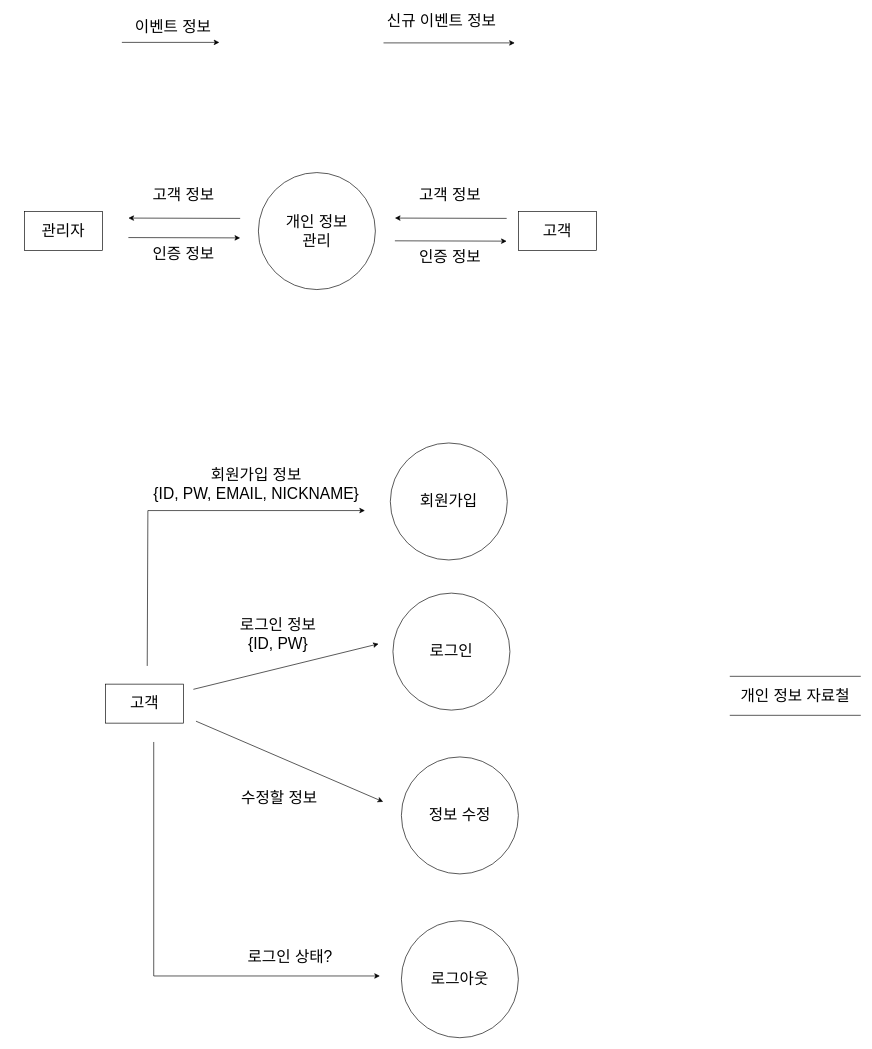
Above: page "구연" (5 of 5) of DFD_ddoshop.drawio in groupStupid/ddo_shop (draw.io), before the change. Source tidied: cells renumbered, new cells numbered last; positions are measured from the earlier drawing's top-left corner, leaving out a move shared by most shapes. Both pictures are drawn from the tidied source at 65%, with x=0, y=0 at pixel (24, 11).
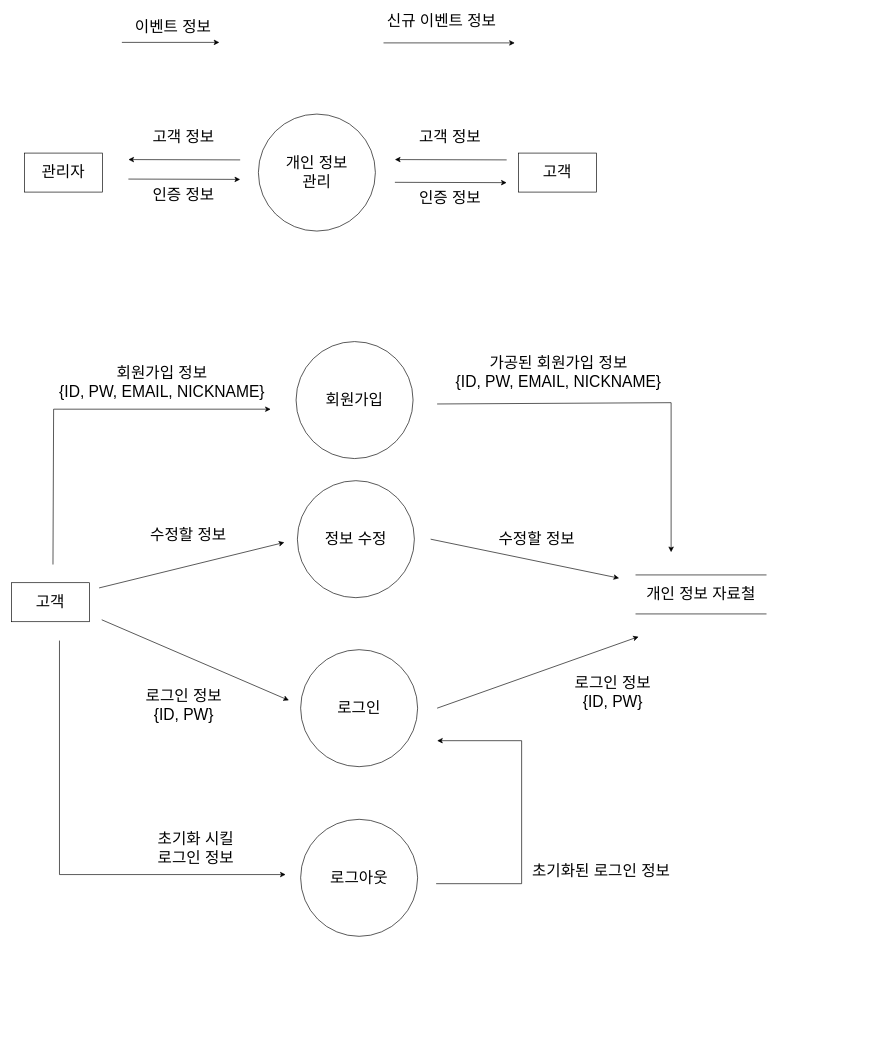
Above is the later version.

What changed in the source:
```diff
@@
     <mxCell id="2" value="개인 정보&lt;br&gt;관리" style="ellipse;whiteSpace=wrap;html=1;fontSize=24;fontStyle=0;" parent="1" vertex="1">
-      <mxGeometry x="360" y="248" width="180" height="180" as="geometry" />
+      <mxGeometry x="360" y="158" width="180" height="180" as="geometry" />
     </mxCell>
@@
     <mxCell id="6" value="관리자" style="rounded=0;whiteSpace=wrap;html=1;fontSize=24;fontStyle=0;" parent="1" vertex="1">
-      <mxGeometry y="308" width="120" height="60" as="geometry" />
+      <mxGeometry y="218" width="120" height="60" as="geometry" />
     </mxCell>
@@
     <mxCell id="8" value="고객" style="rounded=0;whiteSpace=wrap;html=1;fontSize=24;fontStyle=0;" parent="1" vertex="1">
-      <mxGeometry x="760" y="308" width="120" height="60" as="geometry" />
+      <mxGeometry x="760" y="218" width="120" height="60" as="geometry" />
     </mxCell>
     <mxCell id="9" value="고객 정보" style="text;html=1;strokeColor=none;fillColor=none;align=center;verticalAlign=middle;whiteSpace=wrap;rounded=0;fontSize=24;fontStyle=0;" parent="1" vertex="1">
-      <mxGeometry x="560" y="268" width="190" height="30" as="geometry" />
+      <mxGeometry x="560" y="178" width="190" height="30" as="geometry" />
     </mxCell>
     <mxCell id="10" style="endArrow=classic;html=1;rounded=0;fontSize=24;fontStyle=0;" parent="1" edge="1">
       <mxGeometry relative="1" as="geometry">
-        <mxPoint x="742" y="318.5" as="sourcePoint" />
-        <mxPoint x="570" y="318" as="targetPoint" />
+        <mxPoint x="742" y="228.5" as="sourcePoint" />
+        <mxPoint x="570" y="228" as="targetPoint" />
       </mxGeometry>
     </mxCell>
     <mxCell id="11" value="고객 정보" style="text;html=1;strokeColor=none;fillColor=none;align=center;verticalAlign=middle;whiteSpace=wrap;rounded=0;fontSize=24;fontStyle=0;" parent="1" vertex="1">
-      <mxGeometry x="150" y="268" width="190" height="30" as="geometry" />
+      <mxGeometry x="150" y="178" width="190" height="30" as="geometry" />
     </mxCell>
     <mxCell id="12" style="endArrow=classic;html=1;rounded=0;fontSize=24;fontStyle=0;" parent="1" edge="1">
       <mxGeometry relative="1" as="geometry">
-        <mxPoint x="332" y="318.5" as="sourcePoint" />
-        <mxPoint x="160" y="318" as="targetPoint" />
+        <mxPoint x="332" y="228.5" as="sourcePoint" />
+        <mxPoint x="160" y="228" as="targetPoint" />
       </mxGeometry>
     </mxCell>
     <mxCell id="13" value="인증 정보" style="text;html=1;strokeColor=none;fillColor=none;align=center;verticalAlign=middle;whiteSpace=wrap;rounded=0;fontSize=24;fontStyle=0;" parent="1" vertex="1">
-      <mxGeometry x="150" y="358" width="190" height="30" as="geometry" />
+      <mxGeometry x="150" y="268" width="190" height="30" as="geometry" />
     </mxCell>
     <mxCell id="14" style="endArrow=classic;html=1;rounded=0;fontSize=24;fontStyle=0;" parent="1" edge="1">
       <mxGeometry relative="1" as="geometry">
-        <mxPoint x="160" y="348" as="sourcePoint" />
-        <mxPoint x="332" y="348.5" as="targetPoint" />
+        <mxPoint x="160" y="258" as="sourcePoint" />
+        <mxPoint x="332" y="258.5" as="targetPoint" />
       </mxGeometry>
     </mxCell>
     <mxCell id="15" value="인증 정보" style="text;html=1;strokeColor=none;fillColor=none;align=center;verticalAlign=middle;whiteSpace=wrap;rounded=0;fontSize=24;fontStyle=0;" parent="1" vertex="1">
-      <mxGeometry x="560" y="363" width="190" height="30" as="geometry" />
+      <mxGeometry x="560" y="273" width="190" height="30" as="geometry" />
     </mxCell>
     <mxCell id="16" style="endArrow=classic;html=1;rounded=0;fontSize=24;fontStyle=0;" parent="1" edge="1">
       <mxGeometry relative="1" as="geometry">
-        <mxPoint x="570" y="353" as="sourcePoint" />
-        <mxPoint x="742" y="353.5" as="targetPoint" />
+        <mxPoint x="570" y="263" as="sourcePoint" />
+        <mxPoint x="742" y="263.5" as="targetPoint" />
       </mxGeometry>
     </mxCell>
     <mxCell id="17" value="회원가입" style="ellipse;whiteSpace=wrap;html=1;fontSize=24;fontStyle=0;" parent="1" vertex="1">
-      <mxGeometry x="563" y="664" width="180" height="180" as="geometry" />
+      <mxGeometry x="418" y="508" width="180" height="180" as="geometry" />
     </mxCell>
     <mxCell id="18" value="로그인" style="ellipse;whiteSpace=wrap;html=1;fontSize=24;fontStyle=0;" parent="1" vertex="1">
-      <mxGeometry x="567" y="895" width="180" height="180" as="geometry" />
+      <mxGeometry x="425" y="982" width="180" height="180" as="geometry" />
     </mxCell>
     <mxCell id="19" value="로그아웃" style="ellipse;whiteSpace=wrap;html=1;fontSize=24;fontStyle=0;" parent="1" vertex="1">
-      <mxGeometry x="580" y="1399" width="180" height="180" as="geometry" />
+      <mxGeometry x="425" y="1243" width="180" height="180" as="geometry" />
     </mxCell>
     <mxCell id="20" value="정보 수정" style="ellipse;whiteSpace=wrap;html=1;fontSize=24;fontStyle=0;" parent="1" vertex="1">
-      <mxGeometry x="580" y="1147" width="180" height="180" as="geometry" />
+      <mxGeometry x="420" y="722" width="180" height="180" as="geometry" />
     </mxCell>
     <mxCell id="21" value="고객" style="rounded=0;whiteSpace=wrap;html=1;fontSize=24;fontStyle=0;" parent="1" vertex="1">
-      <mxGeometry x="125" y="1035" width="120" height="60" as="geometry" />
+      <mxGeometry x="-20" y="879" width="120" height="60" as="geometry" />
     </mxCell>
     <mxCell id="22" value="개인 정보 자료철" style="shape=partialRectangle;whiteSpace=wrap;html=1;left=0;right=0;fillColor=none;fontSize=24;" parent="1" vertex="1">
-      <mxGeometry x="1086" y="1023" width="200" height="60" as="geometry" />
+      <mxGeometry x="941" y="867" width="200" height="60" as="geometry" />
     </mxCell>
     <mxCell id="23" style="endArrow=classic;html=1;rounded=0;" parent="1" edge="1">
       <mxGeometry relative="1" as="geometry">
-        <mxPoint x="189" y="1007" as="sourcePoint" />
-        <mxPoint x="524" y="768" as="targetPoint" />
+        <mxPoint x="44" y="851" as="sourcePoint" />
+        <mxPoint x="379" y="612" as="targetPoint" />
         <Array as="points">
-          <mxPoint x="190" y="768" />
+          <mxPoint x="45" y="612" />
         </Array>
       </mxGeometry>
     </mxCell>
     <mxCell id="24" style="endArrow=classic;html=1;rounded=0;" parent="1" edge="1">
       <mxGeometry relative="1" as="geometry">
-        <mxPoint x="260" y="1043" as="sourcePoint" />
-        <mxPoint x="545" y="973" as="targetPoint" />
+        <mxPoint x="115" y="887" as="sourcePoint" />
+        <mxPoint x="400" y="817" as="targetPoint" />
       </mxGeometry>
     </mxCell>
     <mxCell id="25" style="endArrow=classic;html=1;rounded=0;" parent="1" edge="1">
       <mxGeometry relative="1" as="geometry">
-        <mxPoint x="264" y="1092" as="sourcePoint" />
-        <mxPoint x="552" y="1216" as="targetPoint" />
+        <mxPoint x="119" y="936" as="sourcePoint" />
+        <mxPoint x="407" y="1060" as="targetPoint" />
       </mxGeometry>
     </mxCell>
     <mxCell id="26" style="endArrow=classic;html=1;rounded=0;" parent="1" edge="1">
       <mxGeometry relative="1" as="geometry">
-        <mxPoint x="199" y="1124" as="sourcePoint" />
-        <mxPoint x="547" y="1484" as="targetPoint" />
+        <mxPoint x="54" y="968" as="sourcePoint" />
+        <mxPoint x="402" y="1328" as="targetPoint" />
         <Array as="points">
-          <mxPoint x="199" y="1484" />
+          <mxPoint x="54" y="1328" />
         </Array>
       </mxGeometry>
     </mxCell>
     <mxCell id="27" value="&lt;font style=&quot;font-size: 24px;&quot;&gt;회원가입 정보&lt;br&gt;{ID, PW, EMAIL, NICKNAME}&lt;br&gt;&lt;/font&gt;" style="text;html=1;strokeColor=none;fillColor=none;align=center;verticalAlign=middle;whiteSpace=wrap;rounded=0;" parent="1" vertex="1">
-      <mxGeometry x="180" y="694" width="354" height="66" as="geometry" />
+      <mxGeometry x="35" y="538" width="354" height="66" as="geometry" />
     </mxCell>
     <mxCell id="28" value="&lt;span style=&quot;font-size: 24px;&quot;&gt;로그인 정보&lt;br&gt;{ID, PW}&lt;br&gt;&lt;/span&gt;" style="text;html=1;strokeColor=none;fillColor=none;align=center;verticalAlign=middle;whiteSpace=wrap;rounded=0;" parent="1" vertex="1">
-      <mxGeometry x="300" y="923" width="181" height="70" as="geometry" />
+      <mxGeometry x="155" y="1032" width="181" height="70" as="geometry" />
     </mxCell>
     <mxCell id="29" value="&lt;span style=&quot;font-size: 24px;&quot;&gt;수정할 정보&lt;/span&gt;" style="text;html=1;strokeColor=none;fillColor=none;align=center;verticalAlign=middle;whiteSpace=wrap;rounded=0;" parent="1" vertex="1">
-      <mxGeometry x="319" y="1196" width="147" height="28" as="geometry" />
+      <mxGeometry x="179" y="792" width="147" height="28" as="geometry" />
     </mxCell>
-    <mxCell id="30" value="&lt;span style=&quot;font-size: 24px;&quot;&gt;로그인 상태?&lt;/span&gt;" style="text;html=1;strokeColor=none;fillColor=none;align=center;verticalAlign=middle;whiteSpace=wrap;rounded=0;" parent="1" vertex="1">
-      <mxGeometry x="319" y="1440" width="180" height="30" as="geometry" />
+    <mxCell id="30" value="&lt;span style=&quot;font-size: 24px;&quot;&gt;초기화 시킬&lt;br&gt;로그인 정보&lt;/span&gt;" style="text;html=1;strokeColor=none;fillColor=none;align=center;verticalAlign=middle;whiteSpace=wrap;rounded=0;" parent="1" vertex="1">
+      <mxGeometry x="174" y="1252" width="180" height="72" as="geometry" />
     </mxCell>
+    <mxCell id="31" style="endArrow=classic;html=1;rounded=0;" parent="1" edge="1">
+      <mxGeometry relative="1" as="geometry">
+        <mxPoint x="635" y="604" as="sourcePoint" />
+        <mxPoint x="995" y="832" as="targetPoint" />
+        <Array as="points">
+          <mxPoint x="995" y="602" />
+        </Array>
+      </mxGeometry>
+    </mxCell>
+    <mxCell id="32" style="endArrow=classic;html=1;rounded=0;" parent="1" edge="1">
+      <mxGeometry relative="1" as="geometry">
+        <mxPoint x="625" y="812" as="sourcePoint" />
+        <mxPoint x="915" y="872" as="targetPoint" />
+      </mxGeometry>
+    </mxCell>
+    <mxCell id="33" style="endArrow=classic;html=1;rounded=0;" parent="1" edge="1">
+      <mxGeometry relative="1" as="geometry">
+        <mxPoint x="635" y="1072" as="sourcePoint" />
+        <mxPoint x="945" y="962" as="targetPoint" />
+      </mxGeometry>
+    </mxCell>
+    <mxCell id="34" value="&lt;span style=&quot;font-size: 24px;&quot;&gt;수정할 정보&lt;/span&gt;" style="text;html=1;strokeColor=none;fillColor=none;align=center;verticalAlign=middle;whiteSpace=wrap;rounded=0;" parent="1" vertex="1">
+      <mxGeometry x="715" y="798" width="147" height="28" as="geometry" />
+    </mxCell>
+    <mxCell id="35" value="&lt;font style=&quot;font-size: 24px;&quot;&gt;가공된 회원가입 정보&lt;br&gt;{ID, PW, EMAIL, NICKNAME}&lt;br&gt;&lt;/font&gt;" style="text;html=1;strokeColor=none;fillColor=none;align=center;verticalAlign=middle;whiteSpace=wrap;rounded=0;" parent="1" vertex="1">
+      <mxGeometry x="645" y="522" width="354" height="66" as="geometry" />
+    </mxCell>
+    <mxCell id="36" style="endArrow=classic;html=1;rounded=0;" parent="1" edge="1">
+      <mxGeometry relative="1" as="geometry">
+        <mxPoint x="633.5" y="1342" as="sourcePoint" />
+        <mxPoint x="635" y="1122" as="targetPoint" />
+        <Array as="points">
+          <mxPoint x="765" y="1342" />
+          <mxPoint x="765" y="1122" />
+        </Array>
+      </mxGeometry>
+    </mxCell>
+    <mxCell id="37" value="&lt;span style=&quot;font-size: 24px;&quot;&gt;로그인 정보&lt;br&gt;{ID, PW}&lt;br&gt;&lt;/span&gt;" style="text;html=1;strokeColor=none;fillColor=none;align=center;verticalAlign=middle;whiteSpace=wrap;rounded=0;" parent="1" vertex="1">
+      <mxGeometry x="815" y="1012" width="181" height="70" as="geometry" />
+    </mxCell>
+    <mxCell id="38" value="&lt;span style=&quot;font-size: 24px;&quot;&gt;초기화된 로그인 정보&lt;br&gt;&lt;/span&gt;" style="text;html=1;strokeColor=none;fillColor=none;align=center;verticalAlign=middle;whiteSpace=wrap;rounded=0;" parent="1" vertex="1">
+      <mxGeometry x="760" y="1302" width="255" height="40" as="geometry" />
+    </mxCell>
```
